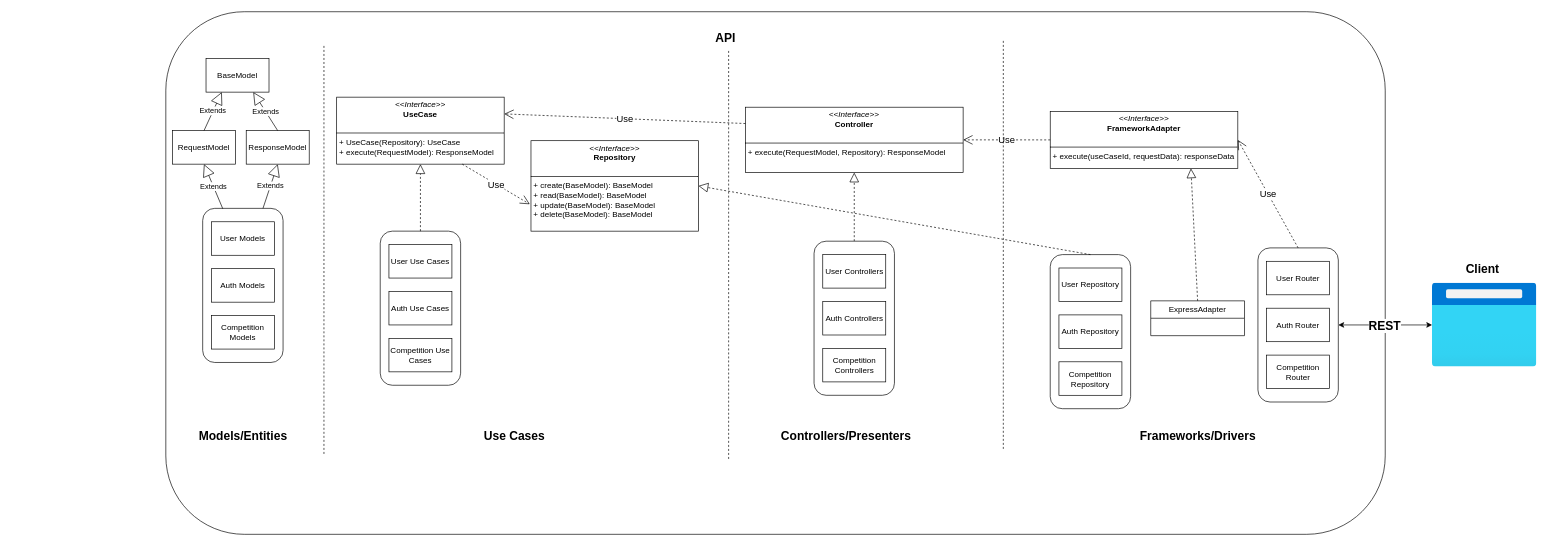
Earlier version of the draw.io diagram page "sw-architecture" (2 of 5) of documentation/design/top-dog-show-data-model.drawio (israel-lm/top-dog-show). Source tidied: cells renumbered, new cells numbered last; positions are measured from the earlier drawing's top-left corner, leaving out a move shared by most shapes. Both pictures are drawn from the tidied source at 67%, with x=0, y=0 at pixel (165, 11).
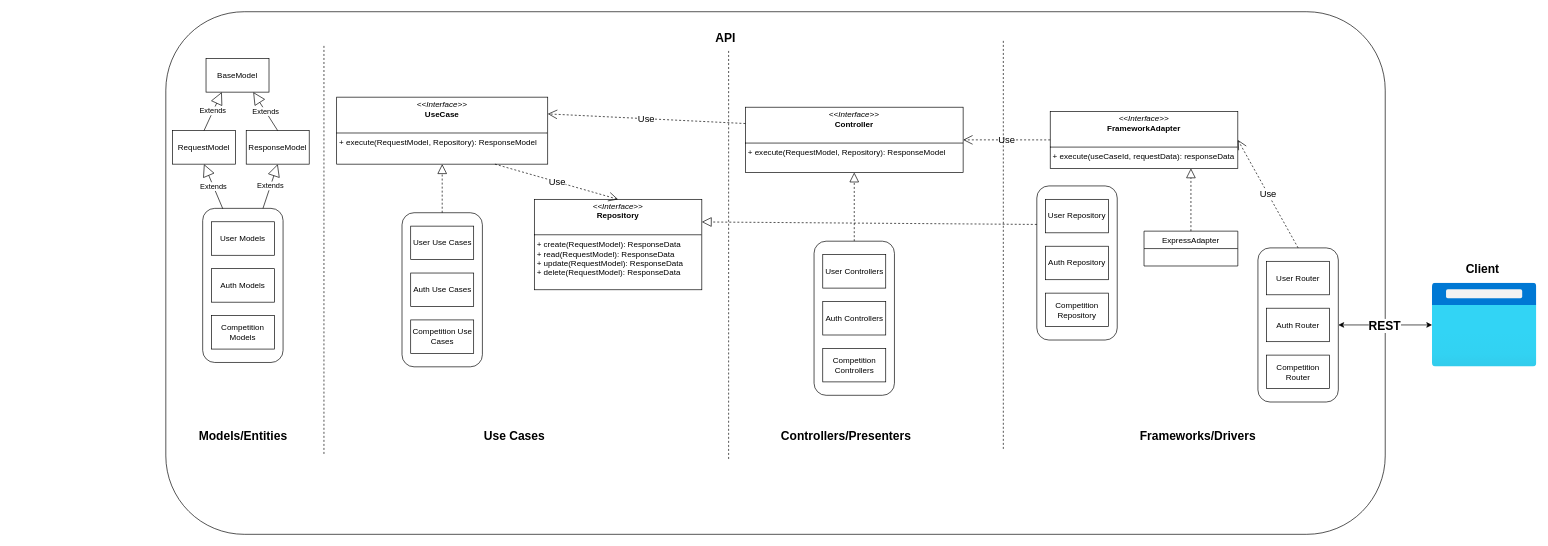
Above is the later version.

What changed in the source:
```diff
@@
-    <mxCell id="2" style="rounded=1;whiteSpace=wrap;html=1;" parent="1" vertex="1">
+    <mxCell id="2" value="&amp;nbsp;" style="rounded=1;whiteSpace=wrap;html=1;" parent="1" vertex="1">
       <mxGeometry width="1820" height="780" as="geometry" />
     </mxCell>
@@
     <mxCell id="12" value="&amp;nbsp;" style="rounded=1;whiteSpace=wrap;html=1;" parent="2" vertex="1">
-      <mxGeometry x="320" y="327.5" width="120" height="230" as="geometry" />
+      <mxGeometry x="352.5" y="300" width="120" height="230" as="geometry" />
     </mxCell>
@@
-    <mxCell id="16" value="&lt;p style=&quot;margin:0px;margin-top:4px;text-align:center;&quot;&gt;&lt;i&gt;&amp;lt;&amp;lt;Interface&amp;gt;&amp;gt;&lt;/i&gt;&lt;br&gt;&lt;b&gt;UseCase&lt;/b&gt;&lt;/p&gt;&lt;br&gt;&lt;hr size=&quot;1&quot; style=&quot;border-style:solid;&quot;&gt;&lt;p style=&quot;margin:0px;margin-left:4px;&quot;&gt;+ UseCase(Repository): UseCase&lt;br&gt;+ execute(RequestModel): ResponseModel&lt;/p&gt;" style="verticalAlign=top;align=left;overflow=fill;html=1;whiteSpace=wrap;" parent="2" vertex="1">
-      <mxGeometry x="255" y="127.5" width="250" height="100" as="geometry" />
+    <mxCell id="16" value="&lt;p style=&quot;margin:0px;margin-top:4px;text-align:center;&quot;&gt;&lt;i&gt;&amp;lt;&amp;lt;Interface&amp;gt;&amp;gt;&lt;/i&gt;&lt;br&gt;&lt;b&gt;UseCase&lt;/b&gt;&lt;/p&gt;&lt;br&gt;&lt;hr size=&quot;1&quot; style=&quot;border-style:solid;&quot;&gt;&lt;p style=&quot;margin:0px;margin-left:4px;&quot;&gt;+ execute(RequestModel, Repository): ResponseModel&lt;/p&gt;" style="verticalAlign=top;align=left;overflow=fill;html=1;whiteSpace=wrap;" parent="2" vertex="1">
+      <mxGeometry x="255" y="127.5" width="315" height="100" as="geometry" />
     </mxCell>
-    <mxCell id="17" value="&lt;p style=&quot;margin:0px;margin-top:4px;text-align:center;&quot;&gt;&lt;i&gt;&amp;lt;&amp;lt;Interface&amp;gt;&amp;gt;&lt;/i&gt;&lt;br&gt;&lt;b&gt;Repository&lt;/b&gt;&lt;/p&gt;&lt;br&gt;&lt;hr size=&quot;1&quot; style=&quot;border-style:solid;&quot;&gt;&lt;p style=&quot;margin:0px;margin-left:4px;&quot;&gt;+ create(BaseModel): BaseModel&lt;br&gt;+ read(BaseModel): BaseModel&lt;/p&gt;&lt;p style=&quot;margin:0px;margin-left:4px;&quot;&gt;+ update(BaseModel): BaseModel&lt;/p&gt;&lt;p style=&quot;margin:0px;margin-left:4px;&quot;&gt;+ delete(BaseModel): BaseModel&lt;/p&gt;" style="verticalAlign=top;align=left;overflow=fill;html=1;whiteSpace=wrap;" parent="2" vertex="1">
-      <mxGeometry x="545" y="192.5" width="250" height="135" as="geometry" />
+    <mxCell id="17" value="&lt;p style=&quot;margin:0px;margin-top:4px;text-align:center;&quot;&gt;&lt;i&gt;&amp;lt;&amp;lt;Interface&amp;gt;&amp;gt;&lt;/i&gt;&lt;br&gt;&lt;b&gt;Repository&lt;/b&gt;&lt;/p&gt;&lt;br&gt;&lt;hr size=&quot;1&quot; style=&quot;border-style:solid;&quot;&gt;&lt;p style=&quot;margin:0px;margin-left:4px;&quot;&gt;+ create(RequestModel): ResponseData&lt;br&gt;+ read(RequestModel): ResponseData&lt;/p&gt;&lt;p style=&quot;margin:0px;margin-left:4px;&quot;&gt;+ update(RequestModel): ResponseData&lt;/p&gt;&lt;p style=&quot;margin:0px;margin-left:4px;&quot;&gt;+ delete(RequestModel): ResponseData&lt;/p&gt;" style="verticalAlign=top;align=left;overflow=fill;html=1;whiteSpace=wrap;" parent="2" vertex="1">
+      <mxGeometry x="550" y="280" width="250" height="135" as="geometry" />
     </mxCell>
@@
     <mxCell id="20" value="ExpressAdapter" style="swimlane;fontStyle=0;horizontal=1;startSize=26;fillColor=none;whiteSpace=wrap;html=1;" parent="2" vertex="1">
-      <mxGeometry x="1470" y="431.5" width="140" height="52" as="geometry" />
+      <mxGeometry x="1460" y="327.5" width="140" height="52" as="geometry" />
     </mxCell>
@@
     <mxCell id="29" style="rounded=1;whiteSpace=wrap;html=1;" parent="2" vertex="1">
-      <mxGeometry x="1320" y="362.5" width="120" height="230" as="geometry" />
+      <mxGeometry x="1300" y="260" width="120" height="230" as="geometry" />
     </mxCell>
@@
-    <mxCell id="33" style="endArrow=block;dashed=1;endFill=0;endSize=12;html=1;rounded=0;entryX=1;entryY=0.5;entryDx=0;entryDy=0;exitX=0.5;exitY=0;exitDx=0;exitDy=0;" parent="2" edge="1" source="29" target="17">
+    <mxCell id="33" style="endArrow=block;dashed=1;endFill=0;endSize=12;html=1;rounded=0;entryX=1;entryY=0.25;entryDx=0;entryDy=0;exitX=0;exitY=0.25;exitDx=0;exitDy=0;" parent="2" edge="1" source="29" target="17">
       <mxGeometry relative="1" as="geometry" />
     </mxCell>
@@
-    <mxCell id="41" value="Use" style="endArrow=open;endSize=12;dashed=1;html=1;rounded=0;entryX=-0.007;entryY=0.702;entryDx=0;entryDy=0;exitX=0.75;exitY=1;exitDx=0;exitDy=0;fontSize=14;entryPerimeter=0;" parent="2" edge="1" source="16" target="17">
+    <mxCell id="41" value="Use" style="endArrow=open;endSize=12;dashed=1;html=1;rounded=0;entryX=0.5;entryY=0;entryDx=0;entryDy=0;exitX=0.75;exitY=1;exitDx=0;exitDy=0;fontSize=14;" parent="2" edge="1" source="16" target="17">
       <mxGeometry relative="1" as="geometry" />
     </mxCell>
@@
+    <mxCell id="56" value="&amp;nbsp;" style="text;whiteSpace=wrap;html=1;" parent="1" vertex="1">
+      <mxGeometry x="190" y="170" width="40" height="40" as="geometry" />
+    </mxCell>
+    <mxCell id="57" value="&amp;nbsp;" style="text;whiteSpace=wrap;html=1;" parent="1" vertex="1">
+      <mxGeometry x="-230" y="540" width="40" height="40" as="geometry" />
+    </mxCell>
```
